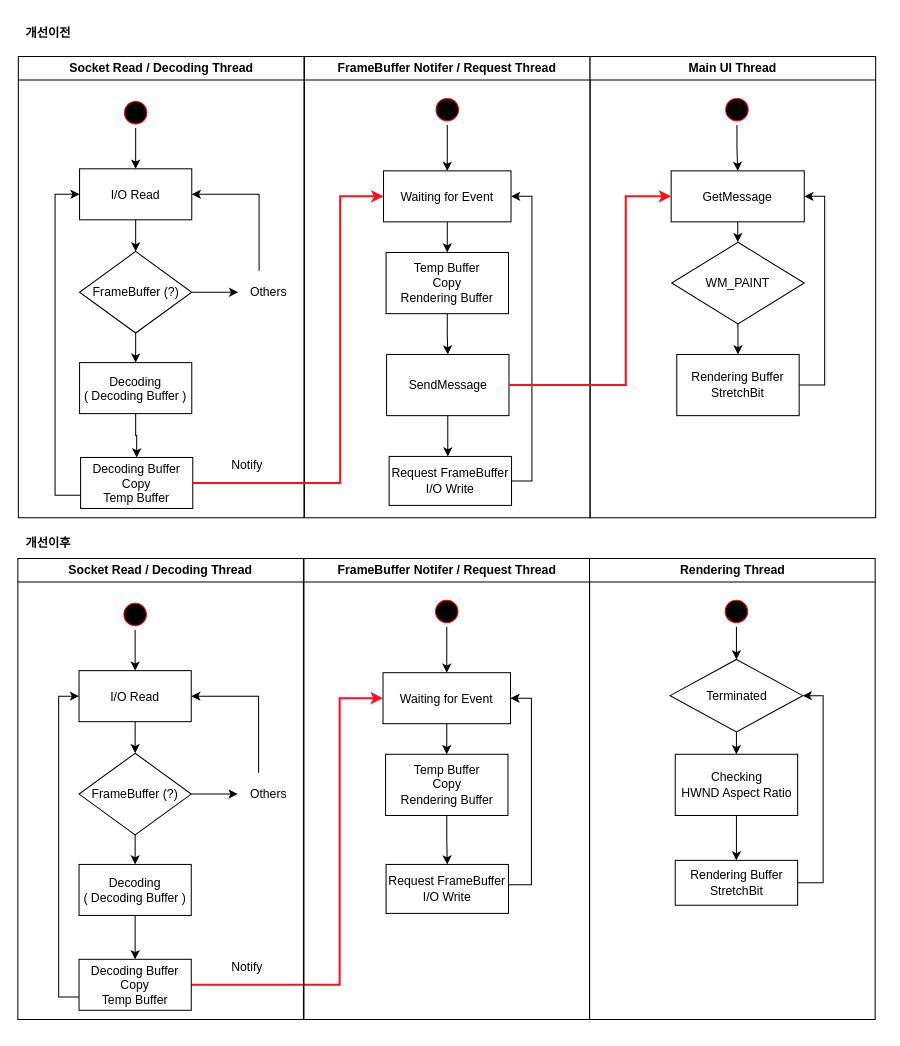
The draw.io diagram UML/mirero/Sw-RCS_Rendering.drawio in rhkdguskim/Study, before the edit. Source tidied: cells renumbered, new cells numbered last; positions are measured from the earlier drawing's top-left corner, leaving out a move shared by most shapes. Both pictures are drawn from the tidied source at 102%, with x=0, y=0 at pixel (17, 17).
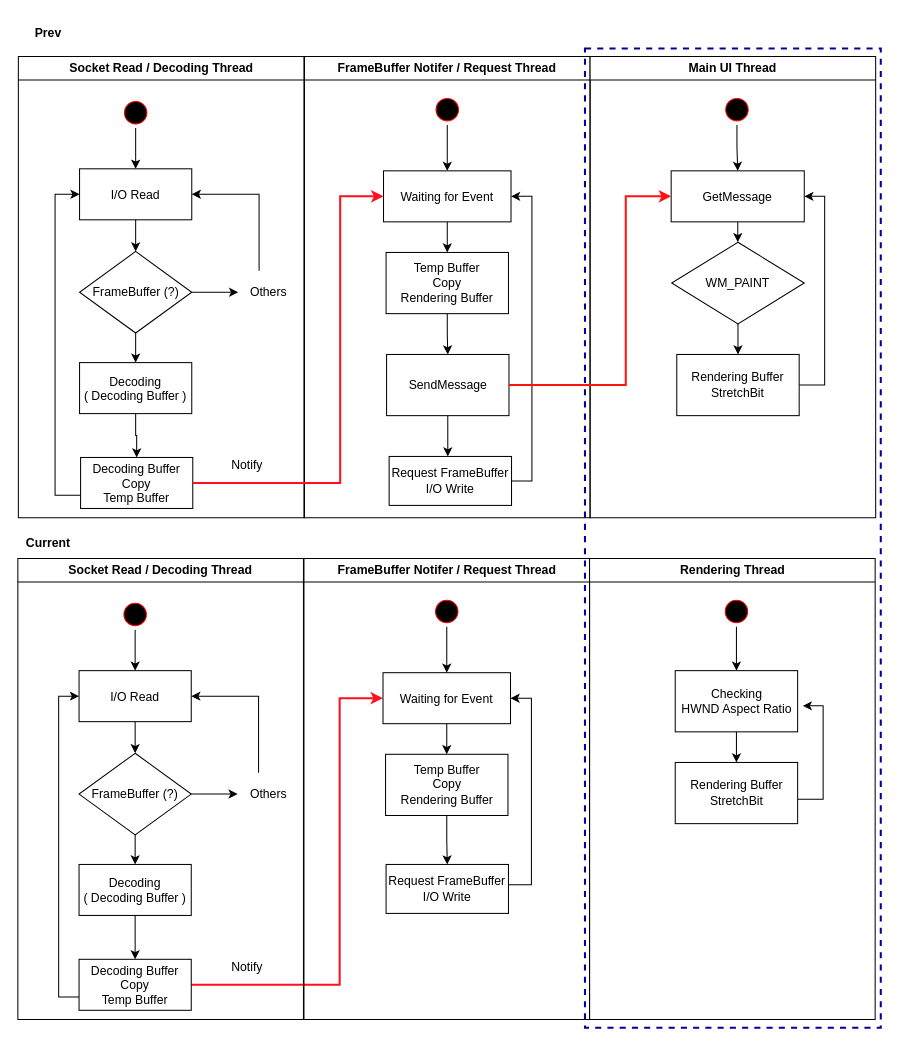
After the change.

Unchanged cells that the change refers to:
```xml
<mxCell id="61" value="Rendering Thread" style="swimlane;whiteSpace=wrap;" parent="1" vertex="1">
  <mxGeometry x="560.5" y="530" width="280" height="452" as="geometry" />
</mxCell>
<mxCell id="63" style="ellipse;shape=startState;fillColor=#000000;strokeColor=#ff0000;" parent="61" vertex="1">
  <mxGeometry x="129" y="37" width="30" height="30" as="geometry" />
</mxCell>
```

The edit, as a diff of the source:
```diff
@@
-    <mxCell id="62" style="edgeStyle=orthogonalEdgeStyle;rounded=0;jettySize=auto;html=1;" parent="61" edge="1" source="63" target="65">
-      <mxGeometry relative="1" as="geometry" />
-    </mxCell>
+    <mxCell id="75" style="edgeStyle=orthogonalEdgeStyle;rounded=0;jettySize=auto;html=1;entryX=0.5;entryY=0;entryDx=0;entryDy=0;" parent="61" edge="1" source="63" target="69">
+      <mxGeometry relative="1" as="geometry" />
+    </mxCell>
@@
-    <mxCell id="64" style="edgeStyle=orthogonalEdgeStyle;rounded=0;jettySize=auto;html=1;entryX=0.5;entryY=0;entryDx=0;entryDy=0;" parent="61" edge="1" source="65" target="69">
-      <mxGeometry relative="1" as="geometry" />
-    </mxCell>
-    <mxCell id="65" value="Terminated" style="rhombus;whiteSpace=wrap;html=1;" parent="61" vertex="1">
-      <mxGeometry x="79" y="99" width="130" height="71" as="geometry" />
-    </mxCell>
-    <mxCell id="66" style="edgeStyle=orthogonalEdgeStyle;rounded=0;jettySize=auto;html=1;entryX=1;entryY=0.5;entryDx=0;entryDy=0;" parent="61" edge="1" source="67" target="65">
+    <mxCell id="66" style="edgeStyle=orthogonalEdgeStyle;rounded=0;jettySize=auto;html=1;entryX=1;entryY=0.5;entryDx=0;entryDy=0;" parent="61" edge="1" source="67">
       <mxGeometry relative="1" as="geometry">
+        <mxPoint x="209" y="144.5" as="targetPoint" />
         <Array as="points">
-          <mxPoint x="229" y="318" />
-          <mxPoint x="229" y="135" />
-          <mxPoint x="209" y="135" />
+          <mxPoint x="229" y="236" />
+          <mxPoint x="229" y="145" />
         </Array>
       </mxGeometry>
     </mxCell>
     <mxCell id="67" value="&lt;div&gt;Rendering Buffer&lt;/div&gt;StretchBit" style="rounded=0;whiteSpace=wrap;html=1;" parent="61" vertex="1">
-      <mxGeometry x="84" y="296" width="120" height="44" as="geometry" />
+      <mxGeometry x="84" y="200" width="120" height="60" as="geometry" />
     </mxCell>
-    <mxCell id="68" style="edgeStyle=orthogonalEdgeStyle;rounded=0;jettySize=auto;html=1;entryX=0.5;entryY=0;entryDx=0;entryDy=0;" parent="61" edge="1" source="69" target="67">
+    <mxCell id="68" style="edgeStyle=orthogonalEdgeStyle;rounded=0;jettySize=auto;html=1;" parent="61" edge="1" source="69" target="67">
       <mxGeometry relative="1" as="geometry" />
     </mxCell>
     <mxCell id="69" value="Checking&lt;div&gt;HWND Aspect Ratio&lt;/div&gt;" style="rounded=0;whiteSpace=wrap;html=1;fillColor=#FFFFFF;strokeColor=#000000;fillStyle=auto;" parent="61" vertex="1">
-      <mxGeometry x="84" y="192" width="120" height="60" as="geometry" />
+      <mxGeometry x="84" y="110" width="120" height="60" as="geometry" />
     </mxCell>
@@
-    <mxCell id="73" value="개선이전" style="text;html=1;align=center;verticalAlign=middle;whiteSpace=wrap;rounded=0;fontStyle=1;" parent="1" vertex="1">
+    <mxCell id="73" value="Prev" style="text;html=1;align=center;verticalAlign=middle;whiteSpace=wrap;rounded=0;fontStyle=1;" parent="1" vertex="1">
       <mxGeometry width="60" height="30" as="geometry" />
     </mxCell>
-    <mxCell id="74" value="개선이후" style="text;html=1;align=center;verticalAlign=middle;whiteSpace=wrap;rounded=0;fontStyle=1;" parent="1" vertex="1">
+    <mxCell id="74" value="Current" style="text;html=1;align=center;verticalAlign=middle;whiteSpace=wrap;rounded=0;fontStyle=1;" parent="1" vertex="1">
       <mxGeometry y="500" width="60" height="30" as="geometry" />
     </mxCell>
+    <mxCell id="76" style="rounded=0;whiteSpace=wrap;html=1;dashed=1;strokeColor=#000099;strokeWidth=2;fillColor=none;" parent="1" vertex="1">
+      <mxGeometry x="556" y="30" width="290" height="960" as="geometry" />
+    </mxCell>
```
